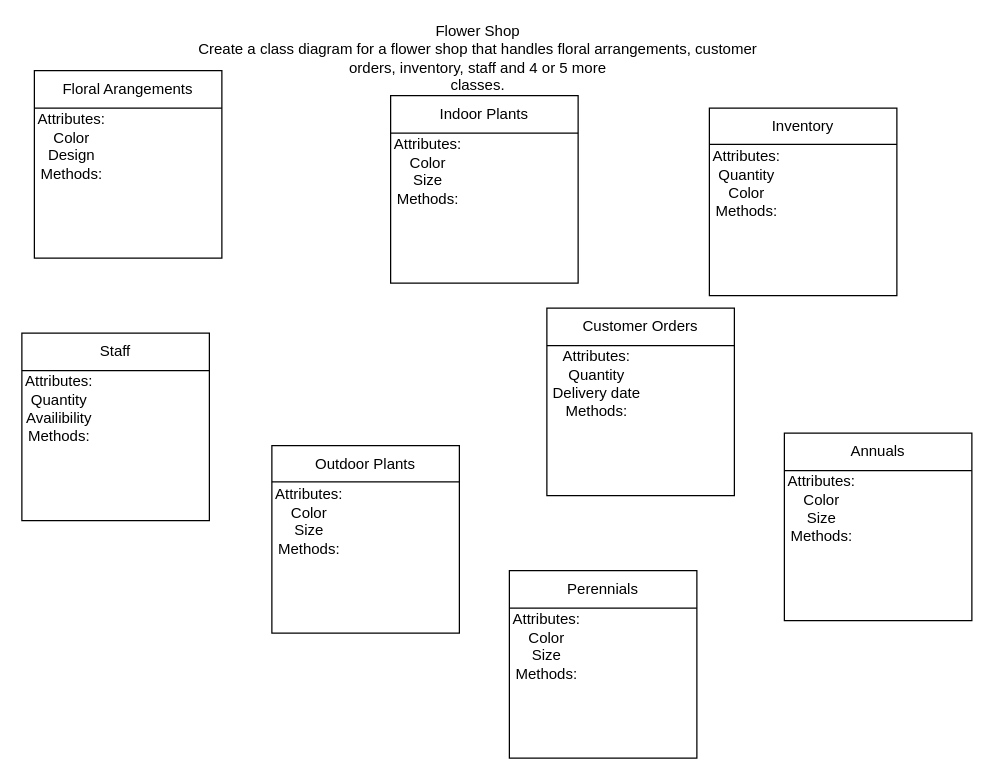
This is CIS-180-Assignmnet2.drawio from CMPCorinne2024/Allprojects, a draw.io file, before an edit. Source tidied: cells renumbered, new cells numbered last; positions are measured from the earlier drawing's top-left corner, leaving out a move shared by most shapes. Both pictures are drawn from the tidied source at 125%, with x=0, y=0 at pixel (21, 32).
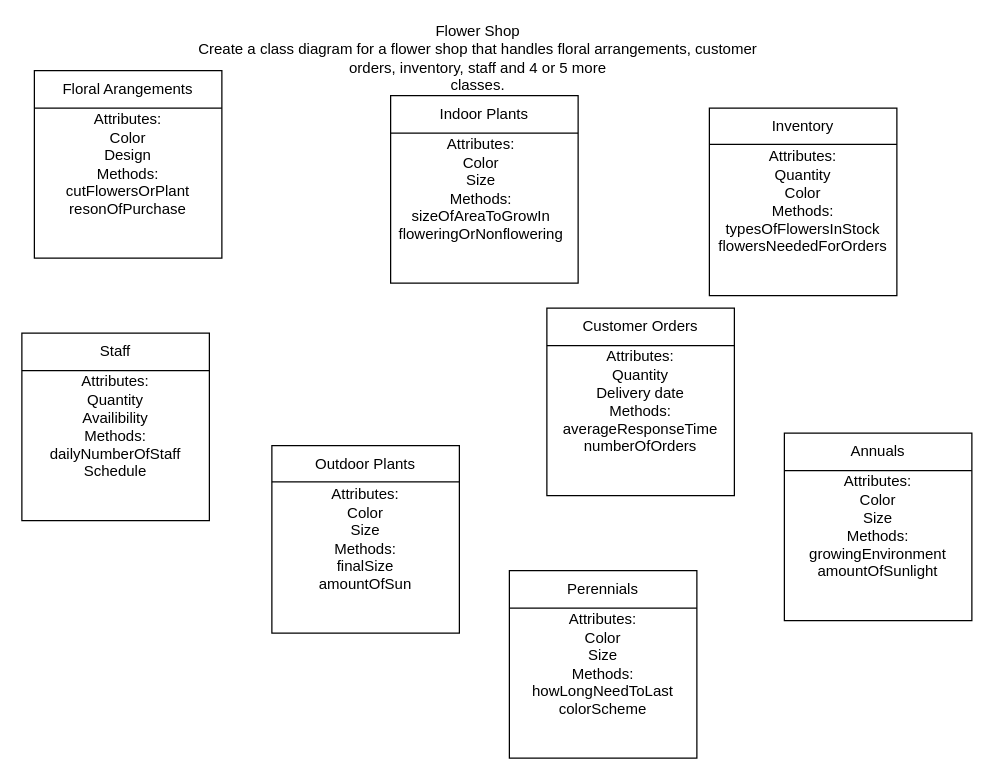
The same diagram, later.

What changed in the source:
```diff
@@
-    <mxCell id="27" value="Attributes:&lt;div&gt;Color&lt;/div&gt;&lt;div&gt;Design&lt;/div&gt;&lt;div&gt;Methods:&lt;/div&gt;&lt;div&gt;&lt;br&gt;&lt;/div&gt;&lt;div&gt;&lt;br&gt;&lt;/div&gt;" style="text;html=1;align=center;verticalAlign=middle;whiteSpace=wrap;rounded=0;" parent="1" vertex="1">
-      <mxGeometry x="10" y="60" width="60" height="90" as="geometry" />
+    <mxCell id="27" value="Attributes:&lt;div&gt;Color&lt;/div&gt;&lt;div&gt;Design&lt;/div&gt;&lt;div&gt;Methods:&lt;/div&gt;&lt;div&gt;cutFlowersOrPlant&lt;/div&gt;&lt;div&gt;resonOfPurchase&lt;/div&gt;" style="text;html=1;align=center;verticalAlign=middle;whiteSpace=wrap;rounded=0;" parent="1" vertex="1">
+      <mxGeometry x="10" y="60" width="150" height="90" as="geometry" />
     </mxCell>
-    <mxCell id="28" value="Attributes:&lt;div&gt;Color&lt;/div&gt;&lt;div&gt;Size&lt;/div&gt;&lt;div&gt;Methods:&lt;/div&gt;&lt;div&gt;&lt;br&gt;&lt;/div&gt;&lt;div&gt;&lt;br&gt;&lt;/div&gt;" style="text;html=1;align=center;verticalAlign=middle;whiteSpace=wrap;rounded=0;" parent="1" vertex="1">
-      <mxGeometry x="200" y="360" width="60" height="90" as="geometry" />
+    <mxCell id="28" value="Attributes:&lt;div&gt;Color&lt;/div&gt;&lt;div&gt;Size&lt;/div&gt;&lt;div&gt;Methods:&lt;/div&gt;&lt;div&gt;finalSize&lt;/div&gt;&lt;div&gt;amountOfSun&lt;/div&gt;" style="text;html=1;align=center;verticalAlign=middle;whiteSpace=wrap;rounded=0;" parent="1" vertex="1">
+      <mxGeometry x="200" y="360" width="150" height="90" as="geometry" />
     </mxCell>
-    <mxCell id="29" value="Attributes:&lt;div&gt;Color&lt;/div&gt;&lt;div&gt;Size&lt;/div&gt;&lt;div&gt;Methods:&lt;/div&gt;&lt;div&gt;&lt;br&gt;&lt;/div&gt;&lt;div&gt;&lt;br&gt;&lt;/div&gt;" style="text;html=1;align=center;verticalAlign=middle;whiteSpace=wrap;rounded=0;" parent="1" vertex="1">
-      <mxGeometry x="295" y="80" width="60" height="90" as="geometry" />
+    <mxCell id="29" value="Attributes:&lt;div&gt;Color&lt;/div&gt;&lt;div&gt;Size&lt;/div&gt;&lt;div&gt;Methods:&lt;/div&gt;&lt;div&gt;sizeOfAreaToGrowIn&lt;/div&gt;&lt;div&gt;floweringOrNonflowering&lt;/div&gt;" style="text;html=1;align=center;verticalAlign=middle;whiteSpace=wrap;rounded=0;" parent="1" vertex="1">
+      <mxGeometry x="295" y="80" width="145" height="90" as="geometry" />
     </mxCell>
-    <mxCell id="30" value="Attributes:&lt;div&gt;Color&lt;/div&gt;&lt;div&gt;Size&lt;/div&gt;&lt;div&gt;Methods:&lt;/div&gt;&lt;div&gt;&lt;br&gt;&lt;/div&gt;&lt;div&gt;&lt;br&gt;&lt;/div&gt;" style="text;html=1;align=center;verticalAlign=middle;whiteSpace=wrap;rounded=0;" parent="1" vertex="1">
-      <mxGeometry x="610" y="350" width="60" height="90" as="geometry" />
+    <mxCell id="30" value="Attributes:&lt;div&gt;Color&lt;/div&gt;&lt;div&gt;Size&lt;/div&gt;&lt;div&gt;Methods:&lt;/div&gt;&lt;div&gt;growingEnvironment&lt;/div&gt;&lt;div&gt;amountOfSunlight&lt;/div&gt;" style="text;html=1;align=center;verticalAlign=middle;whiteSpace=wrap;rounded=0;" parent="1" vertex="1">
+      <mxGeometry x="610" y="350" width="150" height="90" as="geometry" />
     </mxCell>
-    <mxCell id="31" value="Attributes:&lt;div&gt;Color&lt;/div&gt;&lt;div&gt;Size&lt;/div&gt;&lt;div&gt;Methods:&lt;/div&gt;&lt;div&gt;&lt;br&gt;&lt;/div&gt;&lt;div&gt;&lt;br&gt;&lt;/div&gt;" style="text;html=1;align=center;verticalAlign=middle;whiteSpace=wrap;rounded=0;" parent="1" vertex="1">
-      <mxGeometry x="390" y="460" width="60" height="90" as="geometry" />
+    <mxCell id="31" value="Attributes:&lt;div&gt;Color&lt;/div&gt;&lt;div&gt;Size&lt;/div&gt;&lt;div&gt;Methods:&lt;/div&gt;&lt;div&gt;howLongNeedToLast&lt;/div&gt;&lt;div&gt;colorScheme&lt;/div&gt;" style="text;html=1;align=center;verticalAlign=middle;whiteSpace=wrap;rounded=0;" parent="1" vertex="1">
+      <mxGeometry x="390" y="460" width="150" height="90" as="geometry" />
     </mxCell>
-    <mxCell id="32" value="Attributes:&lt;div&gt;Quantity&lt;/div&gt;&lt;div&gt;Availibility&lt;/div&gt;&lt;div&gt;Methods:&lt;/div&gt;&lt;div&gt;&lt;br&gt;&lt;/div&gt;&lt;div&gt;&lt;br&gt;&lt;/div&gt;" style="text;html=1;align=center;verticalAlign=middle;whiteSpace=wrap;rounded=0;" parent="1" vertex="1">
-      <mxGeometry y="270" width="60" height="90" as="geometry" />
+    <mxCell id="32" value="Attributes:&lt;div&gt;Quantity&lt;/div&gt;&lt;div&gt;Availibility&lt;/div&gt;&lt;div&gt;Methods:&lt;/div&gt;&lt;div&gt;dailyNumberOfStaff&lt;/div&gt;&lt;div&gt;Schedule&lt;/div&gt;" style="text;html=1;align=center;verticalAlign=middle;whiteSpace=wrap;rounded=0;" parent="1" vertex="1">
+      <mxGeometry y="270" width="150" height="90" as="geometry" />
     </mxCell>
-    <mxCell id="33" value="Attributes:&lt;div&gt;Quantity&lt;/div&gt;&lt;div&gt;Color&lt;/div&gt;&lt;div&gt;Methods:&lt;/div&gt;&lt;div&gt;&lt;br&gt;&lt;/div&gt;&lt;div&gt;&lt;br&gt;&lt;/div&gt;" style="text;html=1;align=center;verticalAlign=middle;whiteSpace=wrap;rounded=0;" parent="1" vertex="1">
-      <mxGeometry x="550" y="90" width="60" height="90" as="geometry" />
+    <mxCell id="33" value="Attributes:&lt;div&gt;Quantity&lt;/div&gt;&lt;div&gt;Color&lt;/div&gt;&lt;div&gt;Methods:&lt;/div&gt;&lt;div&gt;typesOfFlowersInStock&lt;/div&gt;&lt;div&gt;flowersNeededForOrders&lt;/div&gt;" style="text;html=1;align=center;verticalAlign=middle;whiteSpace=wrap;rounded=0;" parent="1" vertex="1">
+      <mxGeometry x="550" y="90" width="150" height="90" as="geometry" />
     </mxCell>
-    <mxCell id="34" value="Attributes:&lt;div&gt;Quantity&lt;/div&gt;&lt;div&gt;Delivery date&lt;/div&gt;&lt;div&gt;Methods:&lt;/div&gt;&lt;div&gt;&lt;br&gt;&lt;/div&gt;&lt;div&gt;&lt;br&gt;&lt;/div&gt;" style="text;html=1;align=center;verticalAlign=middle;whiteSpace=wrap;rounded=0;" parent="1" vertex="1">
-      <mxGeometry x="420" y="250" width="80" height="90" as="geometry" />
+    <mxCell id="34" value="Attributes:&lt;div&gt;Quantity&lt;/div&gt;&lt;div&gt;Delivery date&lt;/div&gt;&lt;div&gt;Methods:&lt;/div&gt;&lt;div&gt;averageResponseTime&lt;/div&gt;&lt;div&gt;numberOfOrders&lt;/div&gt;" style="text;html=1;align=center;verticalAlign=middle;whiteSpace=wrap;rounded=0;" parent="1" vertex="1">
+      <mxGeometry x="420" y="250" width="150" height="90" as="geometry" />
     </mxCell>
```
